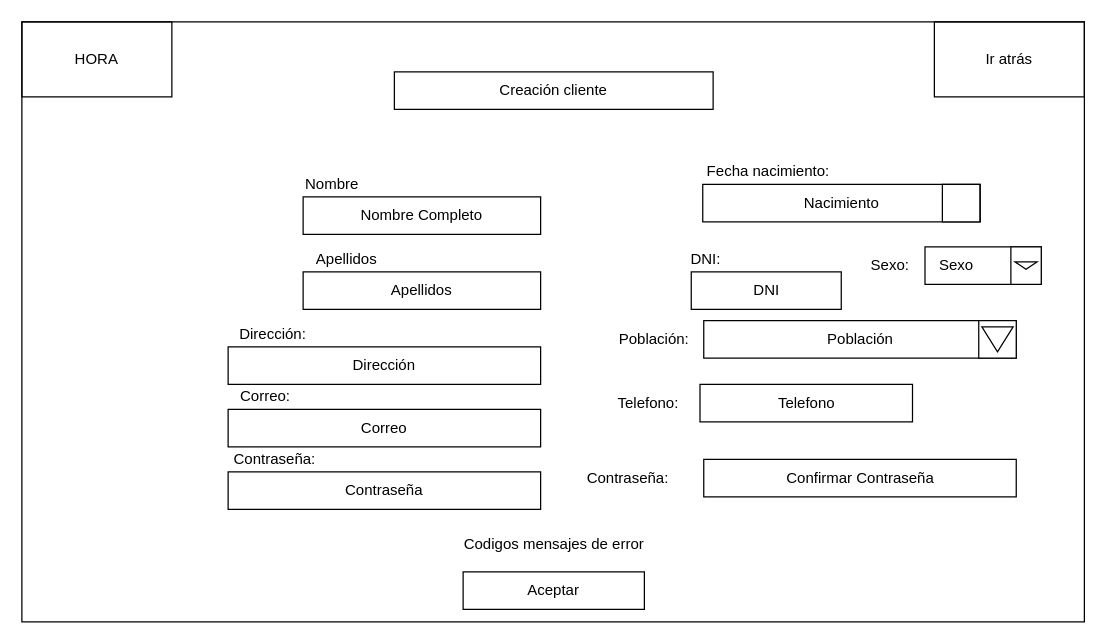
Universidad-Europea/PharmSquare keeps this draw.io diagram as page "NuevoCliente" (2 of 5) of docs/UI_UX.drawio. Above is the earlier version. Source tidied: cells renumbered, new cells numbered last; positions are measured from the earlier drawing's top-left corner, leaving out a move shared by most shapes. Both pictures are drawn from the tidied source at 125%, with x=0, y=0 at pixel (21, 21).
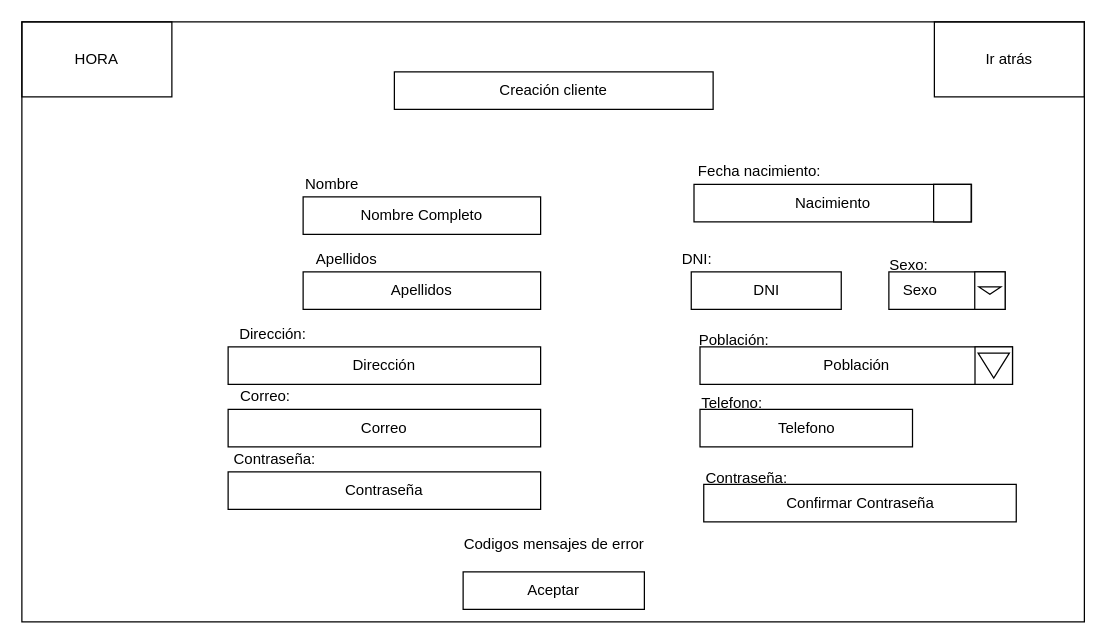
After the change.

Diff of the diagram source:
```diff
@@
     <mxCell id="7" style="group;" parent="1" vertex="1">
-      <mxGeometry x="666.7" y="180" width="128.9" height="30" as="geometry" />
+      <mxGeometry x="637.8" y="200" width="128.9" height="30" as="geometry" />
     </mxCell>
@@
-    <mxCell id="12" value="Sexo:&amp;nbsp;" style="text;html=1;strokeColor=none;fillColor=none;align=center;verticalAlign=middle;whiteSpace=wrap;rounded=0;" parent="7" vertex="1">
-      <mxGeometry x="10" width="38.5" height="30" as="geometry" />
-    </mxCell>
@@
     <mxCell id="15" style="group;" parent="1" vertex="1">
-      <mxGeometry x="465.5" y="239" width="330" height="30" as="geometry" />
+      <mxGeometry x="462.5" y="260" width="330" height="30" as="geometry" />
     </mxCell>
@@
-    <mxCell id="20" value="Población:" style="text;html=1;strokeColor=none;fillColor=none;align=center;verticalAlign=middle;whiteSpace=wrap;rounded=0;" parent="15" vertex="1">
-      <mxGeometry width="80" height="30" as="geometry" />
-    </mxCell>
     <mxCell id="21" style="group;" parent="1" vertex="1">
-      <mxGeometry x="462.5" y="290" width="250" height="30" as="geometry" />
+      <mxGeometry x="462.5" y="310" width="250" height="30" as="geometry" />
     </mxCell>
@@
     <mxCell id="23" value="Telefono:&amp;nbsp;" style="text;html=1;strokeColor=none;fillColor=none;align=center;verticalAlign=middle;whiteSpace=wrap;rounded=0;" parent="21" vertex="1">
-      <mxGeometry width="80" height="30" as="geometry" />
+      <mxGeometry x="67.5" y="-20" width="80" height="30" as="geometry" />
     </mxCell>
     <mxCell id="24" style="group;" parent="1" vertex="1">
-      <mxGeometry x="425" y="350" width="370.5" height="30" as="geometry" />
+      <mxGeometry x="425" y="370" width="370.5" height="30" as="geometry" />
     </mxCell>
@@
-    <mxCell id="26" value="Contraseña:" style="text;html=1;strokeColor=none;fillColor=none;align=center;verticalAlign=middle;whiteSpace=wrap;rounded=0;" parent="24" vertex="1">
-      <mxGeometry width="120" height="30" as="geometry" />
-    </mxCell>
@@
     <mxCell id="48" style="group;" parent="1" vertex="1">
-      <mxGeometry x="472.5" y="110" width="294.2" height="70" as="geometry" />
+      <mxGeometry x="465.5" y="110" width="294.2" height="80" as="geometry" />
     </mxCell>
     <mxCell id="49" style="group;" parent="48" vertex="1">
-      <mxGeometry y="20" width="294.2" height="50" as="geometry" />
+      <mxGeometry y="20" width="294.2" height="60" as="geometry" />
     </mxCell>
     <mxCell id="50" style="group;" parent="49" vertex="1">
-      <mxGeometry x="51.9" width="242.3" height="50" as="geometry" />
+      <mxGeometry x="51.9" width="242.3" height="60" as="geometry" />
     </mxCell>
@@
+    <mxCell id="12" value="Sexo:&amp;nbsp;" style="text;html=1;strokeColor=none;fillColor=none;align=center;verticalAlign=middle;whiteSpace=wrap;rounded=0;" parent="1" vertex="1">
+      <mxGeometry x="691.5" y="180" width="38.5" height="30" as="geometry" />
+    </mxCell>
+    <mxCell id="20" value="Población:" style="text;html=1;strokeColor=none;fillColor=none;align=center;verticalAlign=middle;whiteSpace=wrap;rounded=0;" parent="1" vertex="1">
+      <mxGeometry x="530" y="240" width="80" height="30" as="geometry" />
+    </mxCell>
+    <mxCell id="26" value="Contraseña:" style="text;html=1;strokeColor=none;fillColor=none;align=center;verticalAlign=middle;whiteSpace=wrap;rounded=0;" parent="1" vertex="1">
+      <mxGeometry x="520" y="350" width="120" height="30" as="geometry" />
+    </mxCell>
```
